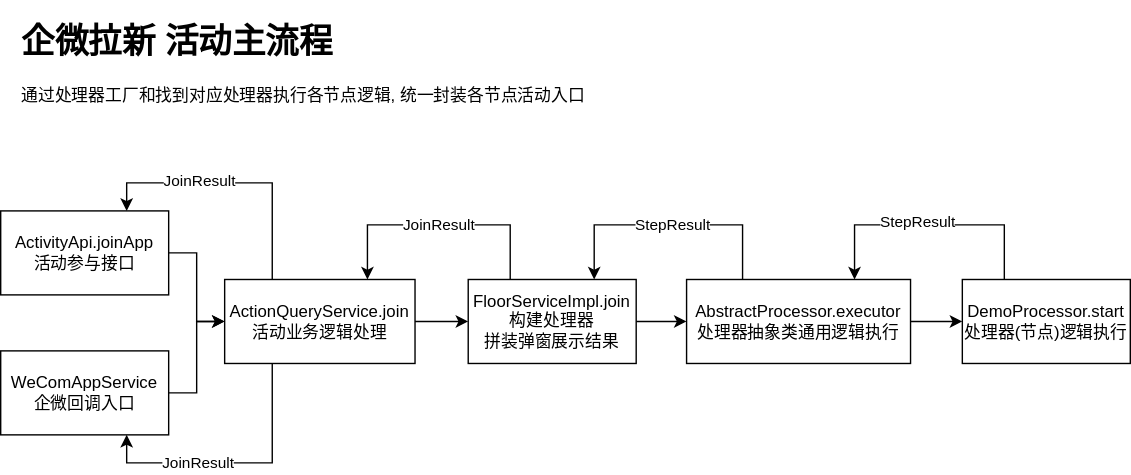
Above: wecom-activity.drawio.svg in Zihann73/promote-center (draw.io), before the change. Source tidied: cells renumbered, new cells last; positions are measured from the earlier drawing's top-left corner, leaving out a move shared by most shapes. Its diagram source:
```xml
<mxGraphModel>
  <root>
    <mxCell id="0" />
    <mxCell id="1" parent="0" />
    <mxCell id="2" style="edgeStyle=orthogonalEdgeStyle;rounded=0;jettySize=auto;html=1;" parent="1" edge="1" source="3" target="8">
      <mxGeometry relative="1" as="geometry" />
    </mxCell>
    <mxCell id="3" value="ActivityApi.joinApp&lt;br&gt;活动参与接口" style="rounded=0;whiteSpace=wrap;html=1;" parent="1" vertex="1">
      <mxGeometry y="140" width="120" height="60" as="geometry" />
    </mxCell>
    <mxCell id="4" style="edgeStyle=orthogonalEdgeStyle;rounded=0;jettySize=auto;html=1;" parent="1" edge="1" source="8" target="11">
      <mxGeometry relative="1" as="geometry" />
    </mxCell>
    <mxCell id="5" style="edgeStyle=orthogonalEdgeStyle;rounded=0;jettySize=auto;html=1;exitX=0.25;exitY=0;exitDx=0;exitDy=0;entryX=0.75;entryY=0;entryDx=0;entryDy=0;" parent="1" edge="1" source="8" target="3">
      <mxGeometry relative="1" as="geometry" />
    </mxCell>
    <mxCell id="6" value="JoinResult" style="edgeLabel;html=1;align=center;verticalAlign=middle;" parent="5" vertex="1">
      <mxGeometry x="0.07" y="-2" relative="1" as="geometry">
        <mxPoint x="-18" as="offset" />
      </mxGeometry>
    </mxCell>
    <mxCell id="7" value="JoinResult" style="edgeStyle=orthogonalEdgeStyle;rounded=0;jettySize=auto;html=1;exitX=0.25;exitY=1;exitDx=0;exitDy=0;entryX=0.75;entryY=1;entryDx=0;entryDy=0;" parent="1" edge="1" source="8" target="20">
      <mxGeometry x="0.27" relative="1" as="geometry" />
    </mxCell>
    <mxCell id="8" value="ActionQueryService.join&lt;br&gt;活动业务逻辑处理" style="whiteSpace=wrap;html=1;rounded=0;" parent="1" vertex="1">
      <mxGeometry x="160" y="189" width="136" height="60" as="geometry" />
    </mxCell>
    <mxCell id="9" style="edgeStyle=orthogonalEdgeStyle;rounded=0;jettySize=auto;html=1;" parent="1" edge="1" source="11" target="15">
      <mxGeometry relative="1" as="geometry" />
    </mxCell>
    <mxCell id="10" value="JoinResult" style="edgeStyle=orthogonalEdgeStyle;rounded=0;jettySize=auto;html=1;exitX=0.25;exitY=0;exitDx=0;exitDy=0;entryX=0.75;entryY=0;entryDx=0;entryDy=0;" parent="1" edge="1" source="11" target="8">
      <mxGeometry relative="1" as="geometry">
        <Array as="points">
          <mxPoint x="364" y="150" />
          <mxPoint x="262" y="150" />
        </Array>
      </mxGeometry>
    </mxCell>
    <mxCell id="11" value="FloorServiceImpl.join&lt;br&gt;构建处理器&lt;br&gt;拼装弹窗展示结果" style="whiteSpace=wrap;html=1;rounded=0;" parent="1" vertex="1">
      <mxGeometry x="334" y="189" width="120" height="60" as="geometry" />
    </mxCell>
    <mxCell id="12" style="edgeStyle=orthogonalEdgeStyle;rounded=0;jettySize=auto;html=1;" parent="1" edge="1" source="15" target="18">
      <mxGeometry relative="1" as="geometry" />
    </mxCell>
    <mxCell id="13" style="edgeStyle=orthogonalEdgeStyle;rounded=0;jettySize=auto;html=1;entryX=0.75;entryY=0;entryDx=0;entryDy=0;" parent="1" edge="1" source="15" target="11">
      <mxGeometry relative="1" as="geometry">
        <Array as="points">
          <mxPoint x="530" y="150" />
          <mxPoint x="424" y="150" />
        </Array>
      </mxGeometry>
    </mxCell>
    <mxCell id="14" value="StepResult" style="edgeLabel;html=1;align=center;verticalAlign=middle;" parent="13" vertex="1">
      <mxGeometry x="-0.02" y="-1" relative="1" as="geometry" />
    </mxCell>
    <mxCell id="15" value="AbstractProcessor.executor&lt;br&gt;处理器抽象类通用逻辑执行" style="whiteSpace=wrap;html=1;rounded=0;" parent="1" vertex="1">
      <mxGeometry x="490" y="189" width="160" height="60" as="geometry" />
    </mxCell>
    <mxCell id="16" style="edgeStyle=orthogonalEdgeStyle;rounded=0;jettySize=auto;html=1;exitX=0.25;exitY=0;exitDx=0;exitDy=0;entryX=0.75;entryY=0;entryDx=0;entryDy=0;" parent="1" edge="1" source="18" target="15">
      <mxGeometry relative="1" as="geometry">
        <Array as="points">
          <mxPoint x="717" y="150" />
          <mxPoint x="610" y="150" />
        </Array>
      </mxGeometry>
    </mxCell>
    <mxCell id="17" value="StepResult" style="edgeLabel;html=1;align=center;verticalAlign=middle;" parent="16" vertex="1">
      <mxGeometry x="-0.22" y="-3" relative="1" as="geometry">
        <mxPoint x="-30" as="offset" />
      </mxGeometry>
    </mxCell>
    <mxCell id="18" value="DemoProcessor.start&lt;br&gt;处理器(节点)逻辑执行" style="whiteSpace=wrap;html=1;rounded=0;" parent="1" vertex="1">
      <mxGeometry x="687" y="189" width="120" height="60" as="geometry" />
    </mxCell>
    <mxCell id="19" style="edgeStyle=orthogonalEdgeStyle;rounded=0;jettySize=auto;html=1;entryX=0;entryY=0.5;entryDx=0;entryDy=0;" parent="1" edge="1" source="20" target="8">
      <mxGeometry relative="1" as="geometry" />
    </mxCell>
    <mxCell id="20" value="WeComAppService&lt;br&gt;企微回调入口" style="rounded=0;whiteSpace=wrap;html=1;" parent="1" vertex="1">
      <mxGeometry y="240" width="120" height="60" as="geometry" />
    </mxCell>
    <mxCell id="21" value="&lt;h1&gt;企微拉新 活动主流程&lt;/h1&gt;&lt;p&gt;通过处理器工厂和找到对应处理器执行各节点逻辑, 统一封装各节点活动入口&lt;/p&gt;" style="text;html=1;strokeColor=none;fillColor=none;spacing=5;spacingTop=-20;whiteSpace=wrap;overflow=hidden;rounded=0;" parent="1" vertex="1">
      <mxGeometry x="10" width="480" height="90" as="geometry" />
    </mxCell>
  </root>
</mxGraphModel>
```
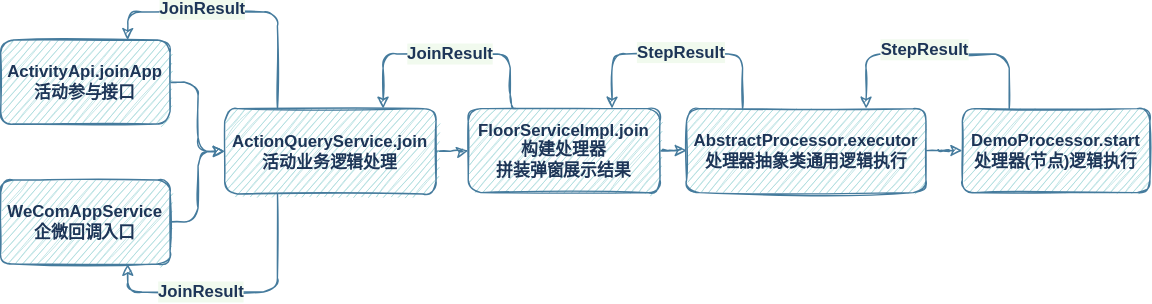
The same diagram one commit later.

Diff of the diagram source:
```diff
@@ -2,84 +2,81 @@
   <root>
     <mxCell id="0" />
     <mxCell id="1" parent="0" />
-    <mxCell id="2" style="edgeStyle=orthogonalEdgeStyle;rounded=0;jettySize=auto;html=1;" parent="1" edge="1" source="3" target="8">
+    <mxCell id="2" style="edgeStyle=orthogonalEdgeStyle;rounded=1;jettySize=auto;html=1;sketch=1;strokeColor=#457B9D;fontColor=#1D3557;labelBackgroundColor=#F1FAEE;fontStyle=1;fontSize=12;" parent="1" edge="1" source="3" target="8">
       <mxGeometry relative="1" as="geometry" />
     </mxCell>
-    <mxCell id="3" value="ActivityApi.joinApp&lt;br&gt;活动参与接口" style="rounded=0;whiteSpace=wrap;html=1;" parent="1" vertex="1">
-      <mxGeometry y="140" width="120" height="60" as="geometry" />
+    <mxCell id="3" value="ActivityApi.joinApp&lt;br style=&quot;font-size: 12px;&quot;&gt;活动参与接口" style="rounded=1;whiteSpace=wrap;html=1;sketch=1;fillColor=#A8DADC;strokeColor=#457B9D;fontColor=#1D3557;fontStyle=1;fontSize=12;" parent="1" vertex="1">
+      <mxGeometry y="140" width="121" height="60" as="geometry" />
     </mxCell>
-    <mxCell id="4" style="edgeStyle=orthogonalEdgeStyle;rounded=0;jettySize=auto;html=1;" parent="1" edge="1" source="8" target="11">
+    <mxCell id="4" style="edgeStyle=orthogonalEdgeStyle;rounded=1;jettySize=auto;html=1;sketch=1;strokeColor=#457B9D;fontColor=#1D3557;labelBackgroundColor=#F1FAEE;fontStyle=1;fontSize=12;" parent="1" edge="1" source="8" target="11">
       <mxGeometry relative="1" as="geometry" />
     </mxCell>
-    <mxCell id="5" style="edgeStyle=orthogonalEdgeStyle;rounded=0;jettySize=auto;html=1;exitX=0.25;exitY=0;exitDx=0;exitDy=0;entryX=0.75;entryY=0;entryDx=0;entryDy=0;" parent="1" edge="1" source="8" target="3">
+    <mxCell id="5" style="edgeStyle=orthogonalEdgeStyle;rounded=1;jettySize=auto;html=1;exitX=0.25;exitY=0;exitDx=0;exitDy=0;entryX=0.75;entryY=0;entryDx=0;entryDy=0;sketch=1;strokeColor=#457B9D;fontColor=#1D3557;labelBackgroundColor=#F1FAEE;fontStyle=1;fontSize=12;" parent="1" edge="1" source="8" target="3">
       <mxGeometry relative="1" as="geometry" />
     </mxCell>
-    <mxCell id="6" value="JoinResult" style="edgeLabel;html=1;align=center;verticalAlign=middle;" parent="5" vertex="1">
+    <mxCell id="6" value="JoinResult" style="edgeLabel;html=1;align=center;verticalAlign=middle;sketch=1;fontColor=#1D3557;rounded=1;labelBackgroundColor=#F1FAEE;fontStyle=1;fontSize=12;" parent="5" vertex="1">
       <mxGeometry x="0.07" y="-2" relative="1" as="geometry">
         <mxPoint x="-18" as="offset" />
       </mxGeometry>
     </mxCell>
-    <mxCell id="7" value="JoinResult" style="edgeStyle=orthogonalEdgeStyle;rounded=0;jettySize=auto;html=1;exitX=0.25;exitY=1;exitDx=0;exitDy=0;entryX=0.75;entryY=1;entryDx=0;entryDy=0;" parent="1" edge="1" source="8" target="20">
+    <mxCell id="7" value="JoinResult" style="edgeStyle=orthogonalEdgeStyle;rounded=1;jettySize=auto;html=1;exitX=0.25;exitY=1;exitDx=0;exitDy=0;entryX=0.75;entryY=1;entryDx=0;entryDy=0;sketch=1;strokeColor=#457B9D;fontColor=#1D3557;labelBackgroundColor=#F1FAEE;fontStyle=1;fontSize=12;" parent="1" edge="1" source="8" target="20">
       <mxGeometry x="0.27" relative="1" as="geometry" />
     </mxCell>
-    <mxCell id="8" value="ActionQueryService.join&lt;br&gt;活动业务逻辑处理" style="whiteSpace=wrap;html=1;rounded=0;" parent="1" vertex="1">
-      <mxGeometry x="160" y="189" width="136" height="60" as="geometry" />
+    <mxCell id="8" value="ActionQueryService.join&lt;br style=&quot;font-size: 12px;&quot;&gt;活动业务逻辑处理" style="whiteSpace=wrap;html=1;rounded=1;sketch=1;fillColor=#A8DADC;strokeColor=#457B9D;fontColor=#1D3557;fontStyle=1;fontSize=12;" parent="1" vertex="1">
+      <mxGeometry x="160" y="189" width="151" height="61" as="geometry" />
     </mxCell>
-    <mxCell id="9" style="edgeStyle=orthogonalEdgeStyle;rounded=0;jettySize=auto;html=1;" parent="1" edge="1" source="11" target="15">
+    <mxCell id="9" style="edgeStyle=orthogonalEdgeStyle;rounded=1;jettySize=auto;html=1;sketch=1;strokeColor=#457B9D;fontColor=#1D3557;labelBackgroundColor=#F1FAEE;fontStyle=1;fontSize=12;" parent="1" edge="1" source="11" target="15">
       <mxGeometry relative="1" as="geometry" />
     </mxCell>
-    <mxCell id="10" value="JoinResult" style="edgeStyle=orthogonalEdgeStyle;rounded=0;jettySize=auto;html=1;exitX=0.25;exitY=0;exitDx=0;exitDy=0;entryX=0.75;entryY=0;entryDx=0;entryDy=0;" parent="1" edge="1" source="11" target="8">
+    <mxCell id="10" value="JoinResult" style="edgeStyle=orthogonalEdgeStyle;rounded=1;jettySize=auto;html=1;exitX=0.25;exitY=0;exitDx=0;exitDy=0;entryX=0.75;entryY=0;entryDx=0;entryDy=0;sketch=1;strokeColor=#457B9D;fontColor=#1D3557;labelBackgroundColor=#F1FAEE;fontStyle=1;fontSize=12;" parent="1" edge="1" source="11" target="8">
       <mxGeometry relative="1" as="geometry">
         <Array as="points">
           <mxPoint x="364" y="150" />
-          <mxPoint x="262" y="150" />
+          <mxPoint x="273" y="150" />
         </Array>
       </mxGeometry>
     </mxCell>
-    <mxCell id="11" value="FloorServiceImpl.join&lt;br&gt;构建处理器&lt;br&gt;拼装弹窗展示结果" style="whiteSpace=wrap;html=1;rounded=0;" parent="1" vertex="1">
-      <mxGeometry x="334" y="189" width="120" height="60" as="geometry" />
+    <mxCell id="11" value="FloorServiceImpl.join&lt;br style=&quot;font-size: 12px;&quot;&gt;构建处理器&lt;br style=&quot;font-size: 12px;&quot;&gt;拼装弹窗展示结果" style="whiteSpace=wrap;html=1;rounded=1;sketch=1;fillColor=#A8DADC;strokeColor=#457B9D;fontColor=#1D3557;fontStyle=1;fontSize=12;" parent="1" vertex="1">
+      <mxGeometry x="334" y="189" width="137" height="60" as="geometry" />
     </mxCell>
-    <mxCell id="12" style="edgeStyle=orthogonalEdgeStyle;rounded=0;jettySize=auto;html=1;" parent="1" edge="1" source="15" target="18">
+    <mxCell id="12" style="edgeStyle=orthogonalEdgeStyle;rounded=1;jettySize=auto;html=1;sketch=1;strokeColor=#457B9D;fontColor=#1D3557;labelBackgroundColor=#F1FAEE;fontStyle=1;fontSize=12;" parent="1" edge="1" source="15" target="18">
       <mxGeometry relative="1" as="geometry" />
     </mxCell>
-    <mxCell id="13" style="edgeStyle=orthogonalEdgeStyle;rounded=0;jettySize=auto;html=1;entryX=0.75;entryY=0;entryDx=0;entryDy=0;" parent="1" edge="1" source="15" target="11">
+    <mxCell id="13" style="edgeStyle=orthogonalEdgeStyle;rounded=1;jettySize=auto;html=1;entryX=0.75;entryY=0;entryDx=0;entryDy=0;sketch=1;strokeColor=#457B9D;fontColor=#1D3557;labelBackgroundColor=#F1FAEE;fontStyle=1;fontSize=12;" parent="1" edge="1" source="15" target="11">
       <mxGeometry relative="1" as="geometry">
         <Array as="points">
           <mxPoint x="530" y="150" />
-          <mxPoint x="424" y="150" />
+          <mxPoint x="437" y="150" />
         </Array>
       </mxGeometry>
     </mxCell>
-    <mxCell id="14" value="StepResult" style="edgeLabel;html=1;align=center;verticalAlign=middle;" parent="13" vertex="1">
+    <mxCell id="14" value="StepResult" style="edgeLabel;html=1;align=center;verticalAlign=middle;sketch=1;fontColor=#1D3557;rounded=1;labelBackgroundColor=#F1FAEE;fontStyle=1;fontSize=12;" parent="13" vertex="1">
       <mxGeometry x="-0.02" y="-1" relative="1" as="geometry" />
     </mxCell>
-    <mxCell id="15" value="AbstractProcessor.executor&lt;br&gt;处理器抽象类通用逻辑执行" style="whiteSpace=wrap;html=1;rounded=0;" parent="1" vertex="1">
-      <mxGeometry x="490" y="189" width="160" height="60" as="geometry" />
+    <mxCell id="15" value="AbstractProcessor.executor&lt;br style=&quot;font-size: 12px;&quot;&gt;处理器抽象类通用逻辑执行" style="whiteSpace=wrap;html=1;rounded=1;sketch=1;fillColor=#A8DADC;strokeColor=#457B9D;fontColor=#1D3557;fontStyle=1;fontSize=12;" parent="1" vertex="1">
+      <mxGeometry x="490" y="189" width="171" height="60" as="geometry" />
     </mxCell>
-    <mxCell id="16" style="edgeStyle=orthogonalEdgeStyle;rounded=0;jettySize=auto;html=1;exitX=0.25;exitY=0;exitDx=0;exitDy=0;entryX=0.75;entryY=0;entryDx=0;entryDy=0;" parent="1" edge="1" source="18" target="15">
+    <mxCell id="16" style="edgeStyle=orthogonalEdgeStyle;rounded=1;jettySize=auto;html=1;exitX=0.25;exitY=0;exitDx=0;exitDy=0;entryX=0.75;entryY=0;entryDx=0;entryDy=0;sketch=1;strokeColor=#457B9D;fontColor=#1D3557;labelBackgroundColor=#F1FAEE;fontStyle=1;fontSize=12;" parent="1" edge="1" source="18" target="15">
       <mxGeometry relative="1" as="geometry">
         <Array as="points">
-          <mxPoint x="717" y="150" />
-          <mxPoint x="610" y="150" />
+          <mxPoint x="721" y="150" />
+          <mxPoint x="618" y="150" />
         </Array>
       </mxGeometry>
     </mxCell>
-    <mxCell id="17" value="StepResult" style="edgeLabel;html=1;align=center;verticalAlign=middle;" parent="16" vertex="1">
+    <mxCell id="17" value="StepResult" style="edgeLabel;html=1;align=center;verticalAlign=middle;sketch=1;fontColor=#1D3557;rounded=1;labelBackgroundColor=#F1FAEE;fontStyle=1;fontSize=12;" parent="16" vertex="1">
       <mxGeometry x="-0.22" y="-3" relative="1" as="geometry">
         <mxPoint x="-30" as="offset" />
       </mxGeometry>
     </mxCell>
-    <mxCell id="18" value="DemoProcessor.start&lt;br&gt;处理器(节点)逻辑执行" style="whiteSpace=wrap;html=1;rounded=0;" parent="1" vertex="1">
-      <mxGeometry x="687" y="189" width="120" height="60" as="geometry" />
+    <mxCell id="18" value="DemoProcessor.start&lt;br style=&quot;font-size: 12px;&quot;&gt;处理器(节点)逻辑执行" style="whiteSpace=wrap;html=1;rounded=1;sketch=1;fillColor=#A8DADC;strokeColor=#457B9D;fontColor=#1D3557;fontStyle=1;fontSize=12;" parent="1" vertex="1">
+      <mxGeometry x="687" y="189" width="134" height="60" as="geometry" />
     </mxCell>
-    <mxCell id="19" style="edgeStyle=orthogonalEdgeStyle;rounded=0;jettySize=auto;html=1;entryX=0;entryY=0.5;entryDx=0;entryDy=0;" parent="1" edge="1" source="20" target="8">
+    <mxCell id="19" style="edgeStyle=orthogonalEdgeStyle;rounded=1;jettySize=auto;html=1;entryX=0;entryY=0.5;entryDx=0;entryDy=0;sketch=1;strokeColor=#457B9D;fontColor=#1D3557;labelBackgroundColor=#F1FAEE;fontStyle=1;fontSize=12;" parent="1" edge="1" source="20" target="8">
       <mxGeometry relative="1" as="geometry" />
     </mxCell>
-    <mxCell id="20" value="WeComAppService&lt;br&gt;企微回调入口" style="rounded=0;whiteSpace=wrap;html=1;" parent="1" vertex="1">
-      <mxGeometry y="240" width="120" height="60" as="geometry" />
+    <mxCell id="20" value="WeComAppService&lt;br style=&quot;font-size: 12px;&quot;&gt;企微回调入口" style="rounded=1;whiteSpace=wrap;html=1;sketch=1;fillColor=#A8DADC;strokeColor=#457B9D;fontColor=#1D3557;fontStyle=1;fontSize=12;" parent="1" vertex="1">
+      <mxGeometry y="240" width="121" height="60" as="geometry" />
     </mxCell>
-    <mxCell id="21" value="&lt;h1&gt;企微拉新 活动主流程&lt;/h1&gt;&lt;p&gt;通过处理器工厂和找到对应处理器执行各节点逻辑, 统一封装各节点活动入口&lt;/p&gt;" style="text;html=1;strokeColor=none;fillColor=none;spacing=5;spacingTop=-20;whiteSpace=wrap;overflow=hidden;rounded=0;" parent="1" vertex="1">
-      <mxGeometry x="10" width="480" height="90" as="geometry" />
-    </mxCell>
   </root>
 </mxGraphModel>
```
